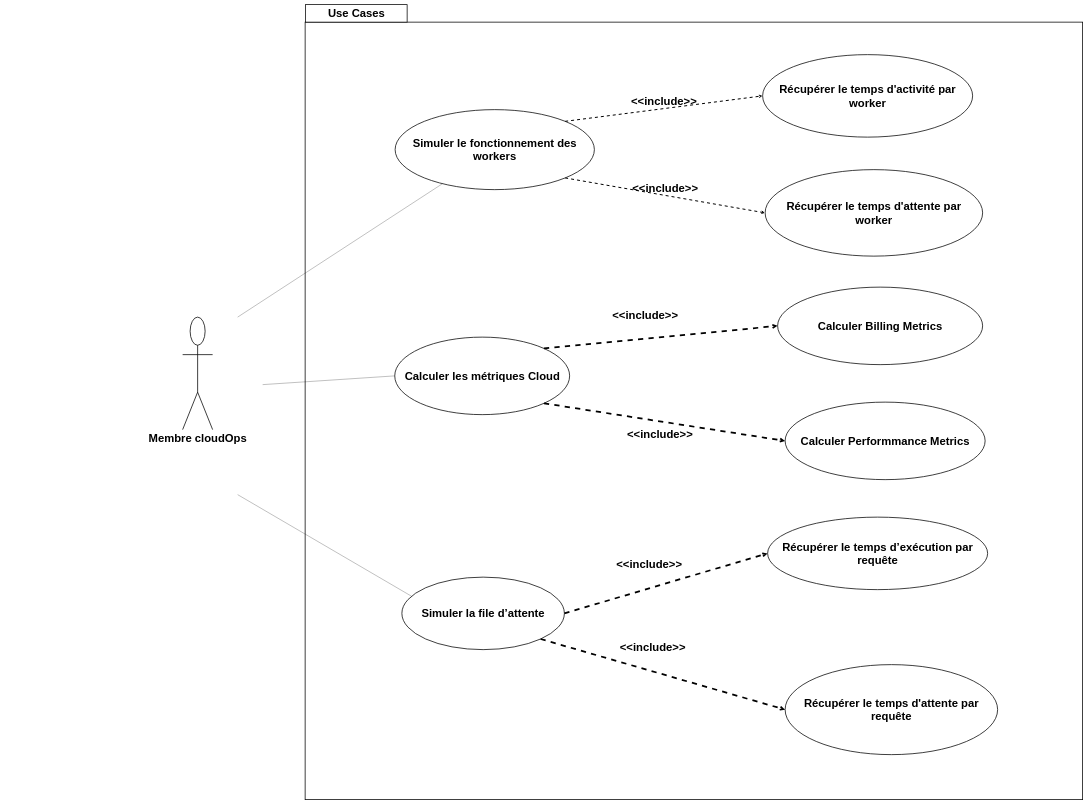
Above: page "Page-4" (2 of 5) of use cases/use cases (3) (1).drawio in zwdOr20/PFE (draw.io), before the change. Source tidied: cells renumbered, new cells numbered last; positions are measured from the earlier drawing's top-left corner, leaving out a move shared by most shapes. Both pictures are drawn from the tidied source at 25%, with x=0, y=0 at pixel (182, 4).
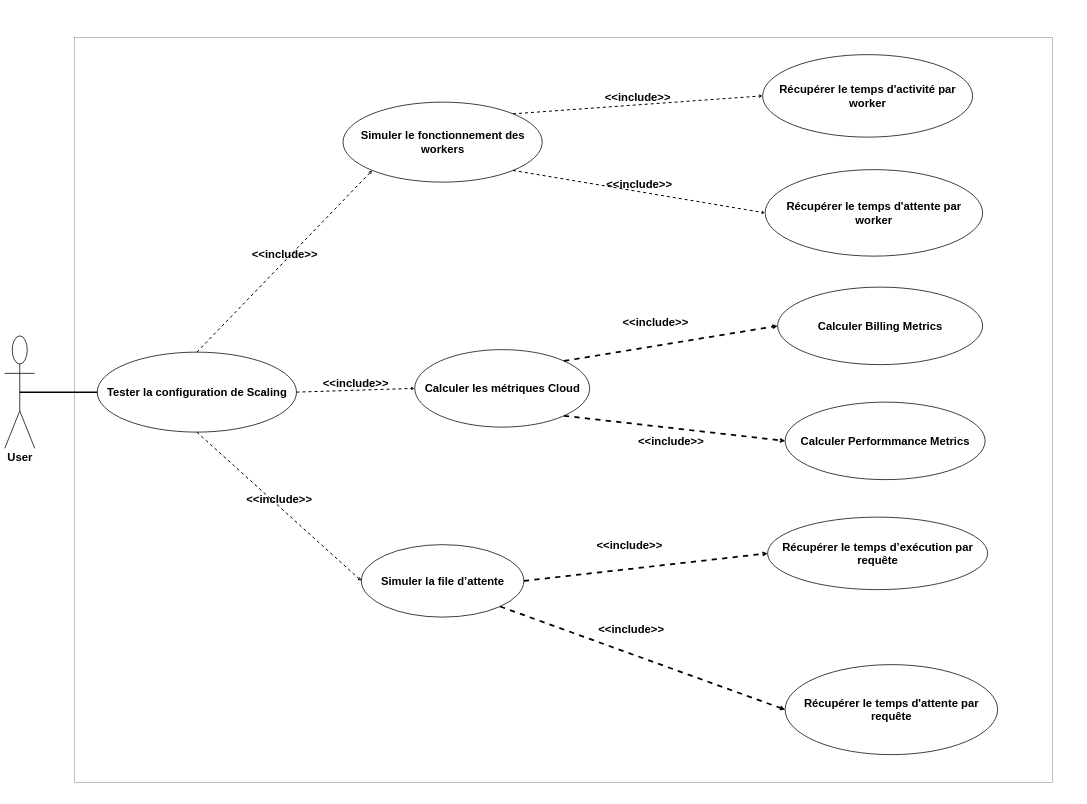
The same page after the edit.

The edit, as a diff of the source:
```diff
@@
-    <mxCell id="2" style="whiteSpace=wrap;html=1;strokeWidth=3;fontSize=45;" parent="1" vertex="1">
-      <mxGeometry x="490" y="70" width="3110" height="3110" as="geometry" />
-    </mxCell>
+    <mxCell id="23" style="rounded=0;whiteSpace=wrap;html=1;" parent="1" vertex="1">
+      <mxGeometry x="-431.5" y="130" width="3910" height="2980" as="geometry" />
+    </mxCell>
-    <mxCell id="3" value="&lt;b style=&quot;font-size: 45px;&quot;&gt;&lt;font style=&quot;font-size: 45px;&quot;&gt;Membre cloudOps&lt;/font&gt;&lt;/b&gt;" style="shape=umlActor;verticalLabelPosition=bottom;labelBackgroundColor=#ffffff;verticalAlign=top;html=1;outlineConnect=0;strokeWidth=3;fontSize=45;" parent="1" vertex="1">
-      <mxGeometry y="1250" width="120" height="450" as="geometry" />
+    <mxCell id="3" value="&lt;b style=&quot;font-size: 45px&quot;&gt;&lt;font style=&quot;font-size: 45px&quot;&gt;User&lt;br&gt;&lt;br&gt;&lt;/font&gt;&lt;/b&gt;" style="shape=umlActor;verticalLabelPosition=bottom;labelBackgroundColor=#ffffff;verticalAlign=top;html=1;outlineConnect=0;strokeWidth=3;fontSize=45;" parent="1" vertex="1">
+      <mxGeometry x="-711.5" y="1325" width="120" height="450" as="geometry" />
     </mxCell>
-    <mxCell id="4" value="&lt;span style=&quot;font-size: 45px&quot;&gt;&lt;b style=&quot;font-size: 45px&quot;&gt;Use Cases&lt;/b&gt;&lt;/span&gt;" style="rounded=0;whiteSpace=wrap;html=1;strokeWidth=3;fontSize=45;" parent="1" vertex="1">
-      <mxGeometry x="491.5" width="406.5" height="70" as="geometry" />
-    </mxCell>
     <mxCell id="5" value="&lt;span style=&quot;font-size: 45px;&quot;&gt;Calculer les métriques Cloud&lt;/span&gt;" style="shape=ellipse;html=1;strokeWidth=3;fontStyle=1;whiteSpace=wrap;align=center;perimeter=ellipsePerimeter;fontSize=45;" parent="1" vertex="1">
-      <mxGeometry x="848.5" y="1330" width="699.5" height="310" as="geometry" />
+      <mxGeometry x="928.5" y="1380" width="699.5" height="310" as="geometry" />
     </mxCell>
@@
     <mxCell id="10" value="&lt;font style=&quot;font-size: 45px;&quot;&gt;Simuler le fonctionnement des workers&lt;/font&gt;" style="shape=ellipse;html=1;strokeWidth=3;fontStyle=1;whiteSpace=wrap;align=center;perimeter=ellipsePerimeter;fontSize=45;" parent="1" vertex="1">
-      <mxGeometry x="850" y="420" width="797" height="320" as="geometry" />
+      <mxGeometry x="641.5" y="390" width="797" height="320" as="geometry" />
     </mxCell>
@@
     <mxCell id="17" value="&lt;font style=&quot;font-size: 45px;&quot;&gt;Simuler la file d’attente&lt;/font&gt;" style="shape=ellipse;html=1;strokeWidth=3;fontStyle=1;whiteSpace=wrap;align=center;perimeter=ellipsePerimeter;fontSize=45;" parent="1" vertex="1">
-      <mxGeometry x="877" y="2290" width="650" height="290" as="geometry" />
+      <mxGeometry x="715" y="2160" width="650" height="290" as="geometry" />
     </mxCell>
-    <mxCell id="18" style="endArrow=none;html=1;fontSize=45;entryX=0;entryY=0.5;entryDx=0;entryDy=0;" parent="1" edge="1" target="5">
-      <mxGeometry relative="1" as="geometry">
-        <mxPoint x="320" y="1520" as="sourcePoint" />
-      </mxGeometry>
-    </mxCell>
-    <mxCell id="19" style="endArrow=none;html=1;fontSize=45;entryX=0.062;entryY=0.267;entryDx=0;entryDy=0;entryPerimeter=0;" parent="1" edge="1" target="17">
-      <mxGeometry relative="1" as="geometry">
-        <mxPoint x="220" y="1960" as="sourcePoint" />
-      </mxGeometry>
-    </mxCell>
-    <mxCell id="20" style="endArrow=none;html=1;fontSize=45;" parent="1" edge="1" target="10">
-      <mxGeometry relative="1" as="geometry">
-        <mxPoint x="220" y="1250" as="sourcePoint" />
-      </mxGeometry>
-    </mxCell>
@@
+    <mxCell id="24" value="&lt;font style=&quot;font-size: 45px&quot;&gt;Tester la configuration de Scaling&lt;/font&gt;" style="shape=ellipse;html=1;strokeWidth=3;fontStyle=1;whiteSpace=wrap;align=center;perimeter=ellipsePerimeter;fontSize=45;" parent="1" vertex="1">
+      <mxGeometry x="-341.5" y="1390" width="797" height="320" as="geometry" />
+    </mxCell>
+    <mxCell id="25" style="endArrow=none;html=1;fontSize=45;exitX=0.5;exitY=0.5;exitDx=0;exitDy=0;exitPerimeter=0;entryX=0;entryY=0.5;entryDx=0;entryDy=0;strokeWidth=6;" parent="1" edge="1" source="3" target="24">
+      <mxGeometry relative="1" as="geometry" />
+    </mxCell>
+    <mxCell id="26" value="&lt;font style=&quot;font-size: 45px;&quot;&gt;&lt;b style=&quot;font-size: 45px;&quot;&gt;&amp;lt;&amp;lt;include&amp;gt;&amp;gt;&lt;/b&gt;&lt;/font&gt;" style="edgeStyle=none;html=1;endArrow=open;verticalAlign=bottom;dashed=1;labelBackgroundColor=none;entryX=0;entryY=1;entryDx=0;entryDy=0;strokeWidth=4;exitX=0.5;exitY=0;exitDx=0;exitDy=0;fontSize=45;" parent="1" edge="1" source="24" target="10">
+      <mxGeometry relative="1" as="geometry" />
+    </mxCell>
+    <mxCell id="27" value="&lt;font style=&quot;font-size: 45px;&quot;&gt;&lt;b style=&quot;font-size: 45px;&quot;&gt;&amp;lt;&amp;lt;include&amp;gt;&amp;gt;&lt;/b&gt;&lt;/font&gt;" style="edgeStyle=none;html=1;endArrow=open;verticalAlign=bottom;dashed=1;labelBackgroundColor=none;entryX=0;entryY=0.5;entryDx=0;entryDy=0;strokeWidth=4;exitX=1;exitY=0.5;exitDx=0;exitDy=0;fontSize=45;" parent="1" edge="1" source="24" target="5">
+      <mxGeometry relative="1" as="geometry" />
+    </mxCell>
+    <mxCell id="28" value="&lt;font style=&quot;font-size: 45px;&quot;&gt;&lt;b style=&quot;font-size: 45px;&quot;&gt;&amp;lt;&amp;lt;include&amp;gt;&amp;gt;&lt;/b&gt;&lt;/font&gt;" style="edgeStyle=none;html=1;endArrow=open;verticalAlign=bottom;dashed=1;labelBackgroundColor=none;entryX=0;entryY=0.5;entryDx=0;entryDy=0;strokeWidth=4;exitX=0.5;exitY=1;exitDx=0;exitDy=0;fontSize=45;" parent="1" edge="1" source="24" target="17">
+      <mxGeometry relative="1" as="geometry" />
+    </mxCell>
```
